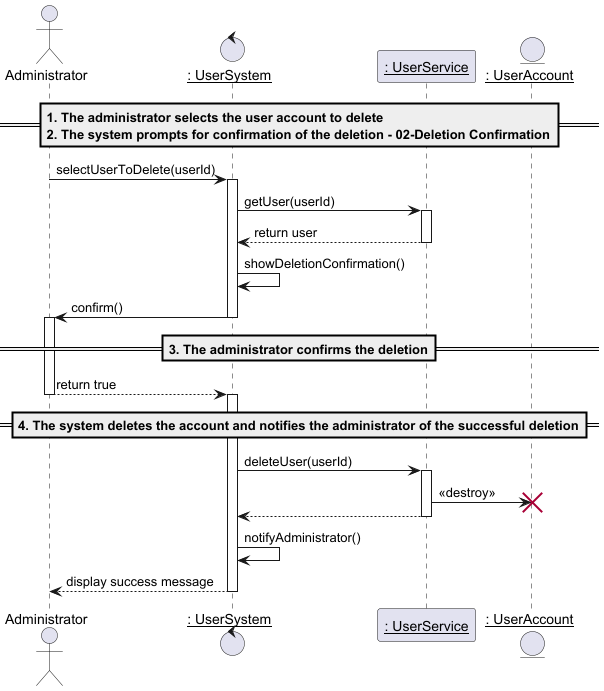
Before: 02-analysis/usecases/images/02-delete-account.png, a diagram exported from PlantUML (mrle0429/Event-Management-System).
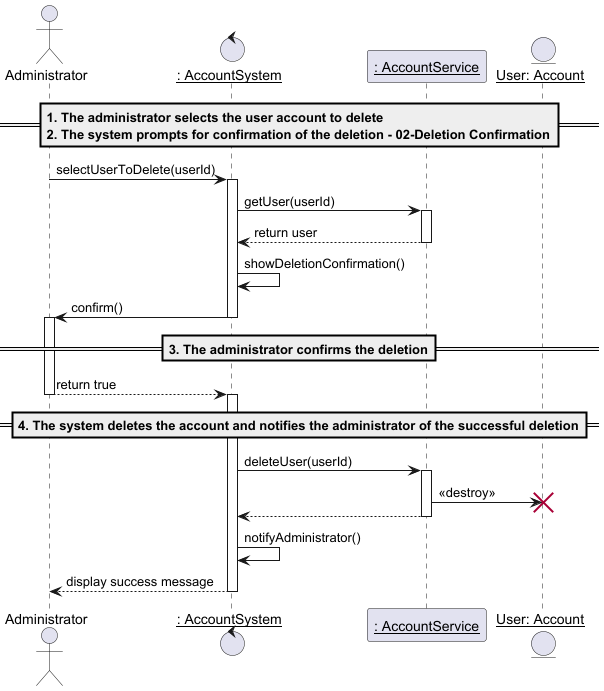
After the change.

Commit message:
delete account upd

The edit, as a diff of the source:
```diff
@@ -2,9 +2,9 @@
 
 actor "Administrator" as a
 
-control "__: UserSystem__" as c
-participant "__: UserService__" as s
-entity "__: UserAccount__" as u
+control "__: AccountSystem__" as c
+participant "__: AccountService__" as s
+entity "__User: Account__" as u
 
 ==1. The administrator selects the user account to delete\n2. The system prompts for confirmation of the deletion - 02-Deletion Confirmation==
 
```
